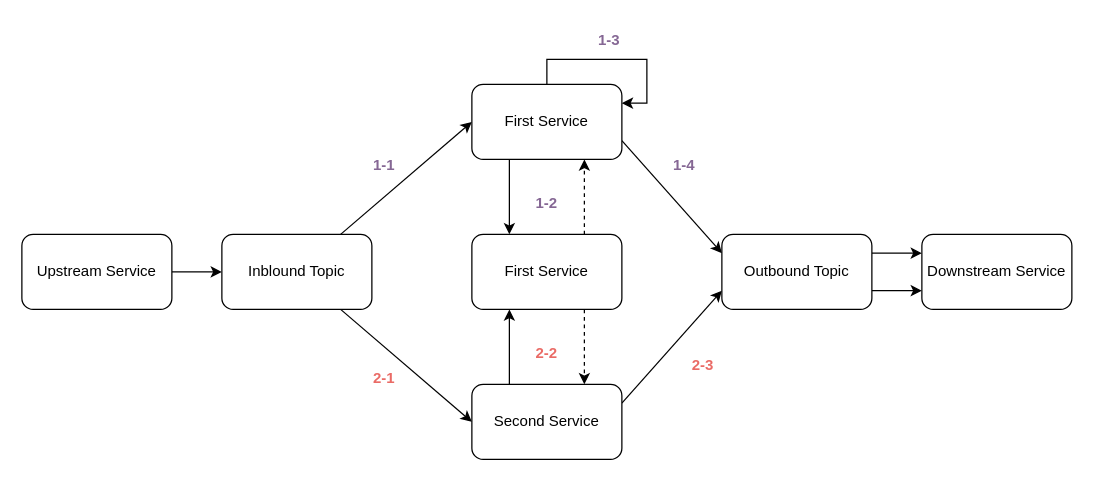
Earlier version of the draw.io diagram drawio/kafka/kafka-consumer-retry-1.drawio (windowforsun/blog). Source tidied: cells renumbered, new cells numbered last; positions are measured from the earlier drawing's top-left corner, leaving out a move shared by most shapes. Both pictures are drawn from the tidied source at 125%, with x=0, y=0 at pixel (21, 21).
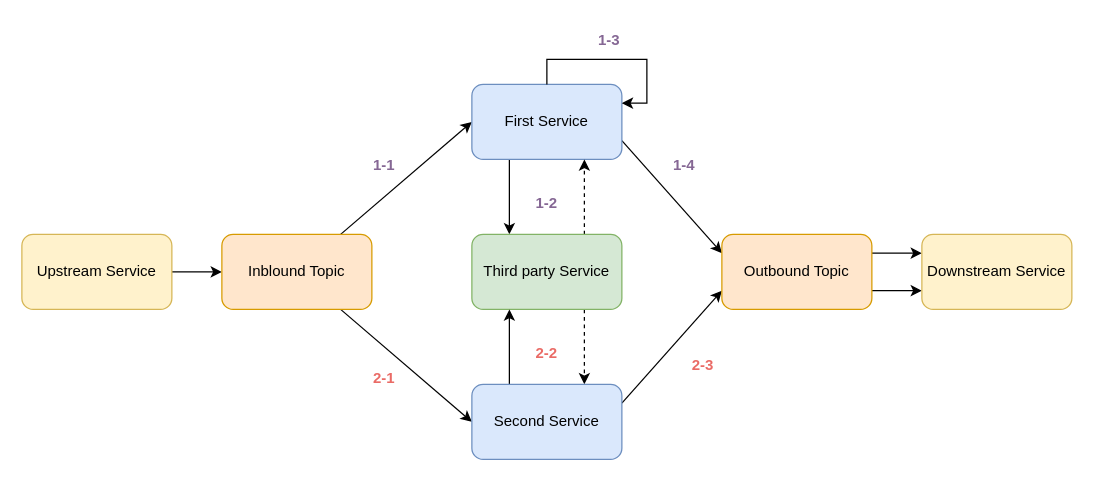
Above is the later version.

Change to the diagram source:
```diff
@@
-    <mxCell id="3" value="Upstream Service" style="rounded=1;whiteSpace=wrap;html=1;" parent="1" vertex="1">
+    <mxCell id="3" value="Upstream Service" style="rounded=1;whiteSpace=wrap;html=1;fillColor=#fff2cc;strokeColor=#d6b656;" parent="1" vertex="1">
       <mxGeometry y="170" width="120" height="60" as="geometry" />
     </mxCell>
@@
-    <mxCell id="6" value="Inblound Topic" style="rounded=1;whiteSpace=wrap;html=1;" parent="1" vertex="1">
+    <mxCell id="6" value="Inblound Topic" style="rounded=1;whiteSpace=wrap;html=1;fillColor=#ffe6cc;strokeColor=#d79b00;" parent="1" vertex="1">
       <mxGeometry x="160" y="170" width="120" height="60" as="geometry" />
     </mxCell>
@@
-    <mxCell id="9" value="First Service" style="rounded=1;whiteSpace=wrap;html=1;" parent="1" vertex="1">
+    <mxCell id="9" value="First Service" style="rounded=1;whiteSpace=wrap;html=1;fillColor=#dae8fc;strokeColor=#6c8ebf;" parent="1" vertex="1">
       <mxGeometry x="360" y="50" width="120" height="60" as="geometry" />
     </mxCell>
@@
-    <mxCell id="12" value="First Service" style="rounded=1;whiteSpace=wrap;html=1;" parent="1" vertex="1">
+    <mxCell id="12" value="Third party Service" style="rounded=1;whiteSpace=wrap;html=1;fillColor=#d5e8d4;strokeColor=#82b366;" parent="1" vertex="1">
       <mxGeometry x="360" y="170" width="120" height="60" as="geometry" />
     </mxCell>
@@
-    <mxCell id="15" value="Second Service" style="rounded=1;whiteSpace=wrap;html=1;" parent="1" vertex="1">
+    <mxCell id="15" value="Second Service" style="rounded=1;whiteSpace=wrap;html=1;fillColor=#dae8fc;strokeColor=#6c8ebf;" parent="1" vertex="1">
       <mxGeometry x="360" y="290" width="120" height="60" as="geometry" />
     </mxCell>
@@
-    <mxCell id="18" value="Outbound Topic" style="rounded=1;whiteSpace=wrap;html=1;" parent="1" vertex="1">
+    <mxCell id="18" value="Outbound Topic" style="rounded=1;whiteSpace=wrap;html=1;fillColor=#ffe6cc;strokeColor=#d79b00;" parent="1" vertex="1">
       <mxGeometry x="560" y="170" width="120" height="60" as="geometry" />
     </mxCell>
-    <mxCell id="19" value="Downstream Service" style="rounded=1;whiteSpace=wrap;html=1;" parent="1" vertex="1">
+    <mxCell id="19" value="Downstream Service" style="rounded=1;whiteSpace=wrap;html=1;fillColor=#fff2cc;strokeColor=#d6b656;" parent="1" vertex="1">
       <mxGeometry x="720" y="170" width="120" height="60" as="geometry" />
     </mxCell>
```
